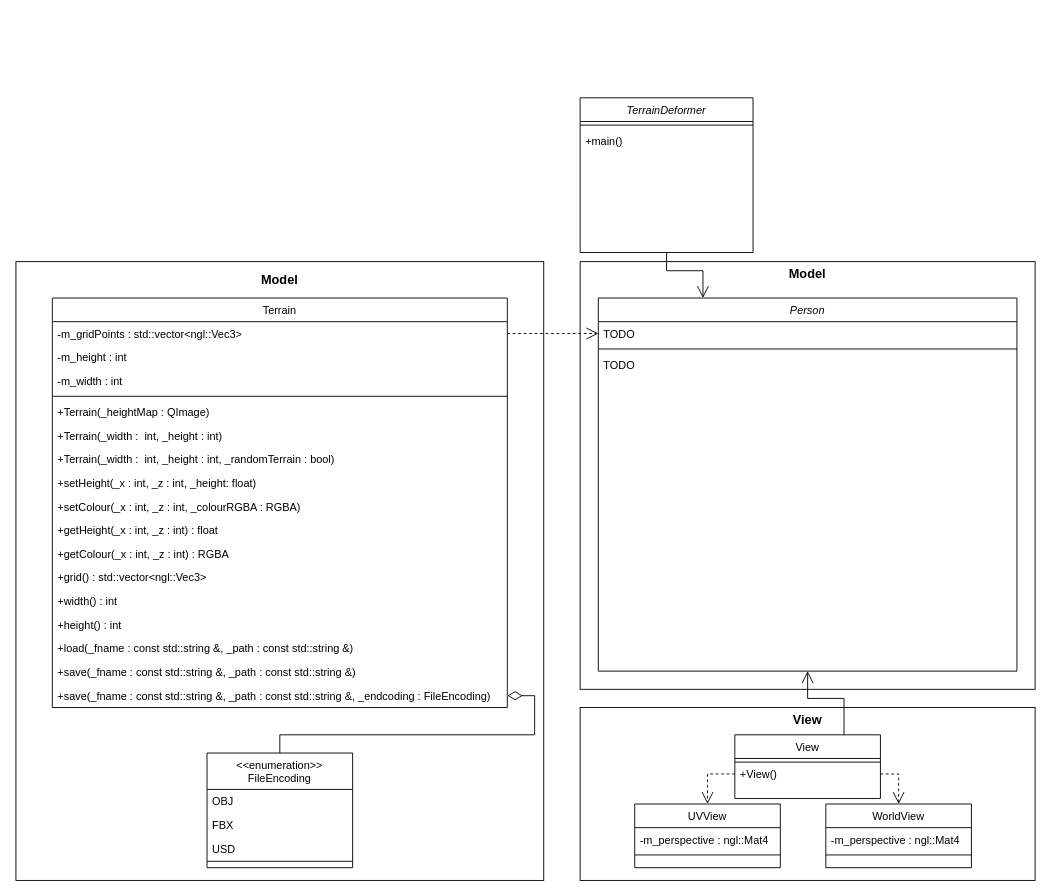
Olluo/geometry-clipmaps-demo keeps this draw.io diagram as img/ase_class_diagram.drawio. Above is the earlier version. Source tidied: cells renumbered, new cells numbered last; positions are measured from the earlier drawing's top-left corner, leaving out a move shared by most shapes. Both pictures are drawn from the tidied source at 91%, with x=0, y=0 at pixel (15, 97).
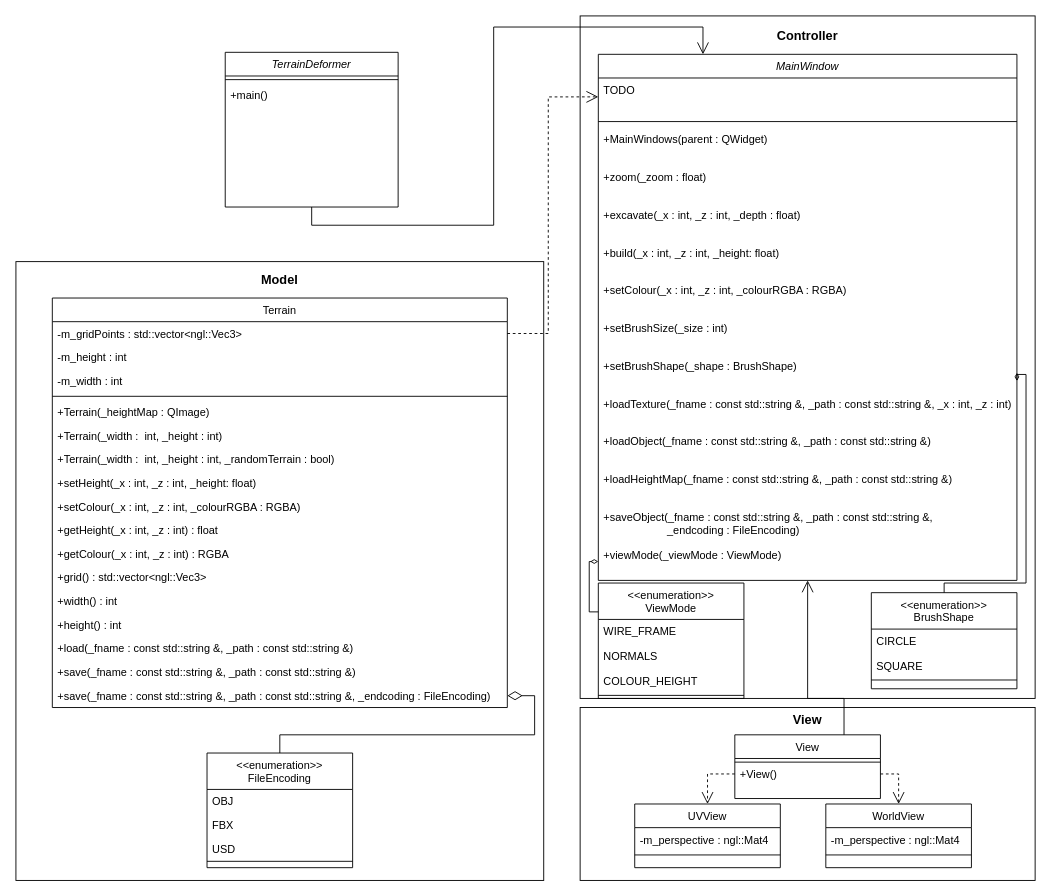
After the change.

Diff of the diagram source:
```diff
@@
     <mxCell id="5" style="group;" parent="1" vertex="1">
-      <mxGeometry x="620" y="180" width="500" height="470" as="geometry" />
+      <mxGeometry x="620" y="-90" width="500" height="750" as="geometry" />
     </mxCell>
     <mxCell id="6" style="rounded=0;whiteSpace=wrap;html=1;fillColor=none;" parent="5" vertex="1">
-      <mxGeometry width="500" height="470" as="geometry" />
+      <mxGeometry width="500" height="750" as="geometry" />
     </mxCell>
-    <mxCell id="7" value="Model" style="text;html=1;strokeColor=none;fillColor=none;align=center;verticalAlign=middle;whiteSpace=wrap;rounded=0;fontSize=14;fontStyle=1;" parent="5" vertex="1">
-      <mxGeometry x="224.1" y="6.9" width="51.7" height="13.8" as="geometry" />
+    <mxCell id="7" value="Controller" style="text;html=1;strokeColor=none;fillColor=none;align=center;verticalAlign=middle;whiteSpace=wrap;rounded=0;fontSize=14;fontStyle=1;" parent="5" vertex="1">
+      <mxGeometry x="224.1" y="11" width="51.7" height="22.1" as="geometry" />
     </mxCell>
-    <mxCell id="8" value="Person" style="swimlane;fontStyle=2;align=center;verticalAlign=top;horizontal=1;startSize=26;rounded=0;shadow=0;strokeWidth=1;" parent="5" vertex="1">
-      <mxGeometry x="20" y="40" width="460" height="410" as="geometry" />
+    <mxCell id="8" value="MainWindow" style="swimlane;fontStyle=2;align=center;verticalAlign=top;horizontal=1;startSize=26;rounded=0;shadow=0;strokeWidth=1;" parent="5" vertex="1">
+      <mxGeometry x="20" y="42.2" width="460" height="578.1" as="geometry" />
     </mxCell>
     <mxCell id="9" value="TODO" style="text;align=left;verticalAlign=top;spacingLeft=4;spacingRight=4;overflow=hidden;points=[[0,0.5],[1,0.5]];portConstraint=eastwest;" parent="8" vertex="1">
-      <mxGeometry y="26" width="460" height="26" as="geometry" />
+      <mxGeometry y="26" width="460" height="41.5" as="geometry" />
     </mxCell>
     <mxCell id="10" style="line;html=1;strokeWidth=1;align=left;verticalAlign=middle;spacingTop=-1;spacingLeft=3;spacingRight=3;labelPosition=right;" parent="8" vertex="1">
-      <mxGeometry y="52" width="460" height="8" as="geometry" />
+      <mxGeometry y="67.5" width="460" height="12.8" as="geometry" />
     </mxCell>
-    <mxCell id="11" value="TODO" style="text;align=left;verticalAlign=top;spacingLeft=4;spacingRight=4;overflow=hidden;" parent="8" vertex="1">
-      <mxGeometry y="60" width="460" height="26" as="geometry" />
+    <mxCell id="11" value="+MainWindows(parent : QWidget)" style="text;align=left;verticalAlign=top;spacingLeft=4;spacingRight=4;overflow=hidden;" parent="8" vertex="1">
+      <mxGeometry y="80.3" width="460" height="41.5" as="geometry" />
     </mxCell>
+    <mxCell id="56" value="+zoom(_zoom : float)" style="text;align=left;verticalAlign=top;spacingLeft=4;spacingRight=4;overflow=hidden;" parent="8" vertex="1">
+      <mxGeometry y="121.7" width="460" height="41.5" as="geometry" />
+    </mxCell>
+    <mxCell id="57" value="+excavate(_x : int, _z : int, _depth : float)" style="text;align=left;verticalAlign=top;spacingLeft=4;spacingRight=4;overflow=hidden;" parent="8" vertex="1">
+      <mxGeometry y="163.2" width="460" height="41.5" as="geometry" />
+    </mxCell>
+    <mxCell id="58" value="+build(_x : int, _z : int, _height: float)" style="text;align=left;verticalAlign=top;spacingLeft=4;spacingRight=4;overflow=hidden;" parent="8" vertex="1">
+      <mxGeometry y="204.7" width="460" height="41.5" as="geometry" />
+    </mxCell>
+    <mxCell id="59" value="+setColour(_x : int, _z : int, _colourRGBA : RGBA)" style="text;align=left;verticalAlign=top;spacingLeft=4;spacingRight=4;overflow=hidden;" parent="8" vertex="1">
+      <mxGeometry y="246.2" width="460" height="41.5" as="geometry" />
+    </mxCell>
+    <mxCell id="60" value="+setBrushSize(_size : int)" style="text;align=left;verticalAlign=top;spacingLeft=4;spacingRight=4;overflow=hidden;" parent="8" vertex="1">
+      <mxGeometry y="287.7" width="460" height="41.5" as="geometry" />
+    </mxCell>
+    <mxCell id="61" value="+setBrushShape(_shape : BrushShape)" style="text;align=left;verticalAlign=top;spacingLeft=4;spacingRight=4;overflow=hidden;points=[[0,0.5],[1,0.5]];portConstraint=eastwest;" parent="8" vertex="1">
+      <mxGeometry y="329.2" width="460" height="41.5" as="geometry" />
+    </mxCell>
+    <mxCell id="62" value="+loadTexture(_fname : const std::string &amp;, _path : const std::string &amp;, _x : int, _z : int)" style="text;align=left;verticalAlign=top;spacingLeft=4;spacingRight=4;overflow=hidden;" parent="8" vertex="1">
+      <mxGeometry y="370.7" width="460" height="41.5" as="geometry" />
+    </mxCell>
+    <mxCell id="63" value="+loadObject(_fname : const std::string &amp;, _path : const std::string &amp;)" style="text;align=left;verticalAlign=top;spacingLeft=4;spacingRight=4;overflow=hidden;" parent="8" vertex="1">
+      <mxGeometry y="412.2" width="460" height="41.5" as="geometry" />
+    </mxCell>
+    <mxCell id="64" value="+loadHeightMap(_fname : const std::string &amp;, _path : const std::string &amp;)" style="text;align=left;verticalAlign=top;spacingLeft=4;spacingRight=4;overflow=hidden;" parent="8" vertex="1">
+      <mxGeometry y="453.7" width="460" height="41.5" as="geometry" />
+    </mxCell>
+    <mxCell id="65" value="+saveObject(_fname : const std::string &amp;, _path : const std::string &amp;,&#10;                     _endcoding : FileEncoding)" style="text;align=left;verticalAlign=top;spacingLeft=4;spacingRight=4;overflow=hidden;" parent="8" vertex="1">
+      <mxGeometry y="495.1" width="460" height="41.5" as="geometry" />
+    </mxCell>
+    <mxCell id="66" value="+viewMode(_viewMode : ViewMode)" style="text;align=left;verticalAlign=top;spacingLeft=4;spacingRight=4;overflow=hidden;points=[[0,0.5],[1,0.5]];portConstraint=eastwest;" parent="8" vertex="1">
+      <mxGeometry y="536.6" width="460" height="41.5" as="geometry" />
+    </mxCell>
+    <mxCell id="67" value="&lt;&lt;enumeration&gt;&gt;&#10;BrushShape" style="swimlane;fontStyle=0;align=center;verticalAlign=top;horizontal=1;startSize=40;rounded=0;shadow=0;strokeWidth=1;" parent="5" vertex="1">
+      <mxGeometry x="320" y="633.8" width="160" height="105.6" as="geometry" />
+    </mxCell>
+    <mxCell id="68" value="CIRCLE" style="text;align=left;verticalAlign=top;spacingLeft=4;spacingRight=4;overflow=hidden;" parent="67" vertex="1">
+      <mxGeometry y="40" width="160" height="27.5" as="geometry" />
+    </mxCell>
+    <mxCell id="69" value="SQUARE" style="text;align=left;verticalAlign=top;spacingLeft=4;spacingRight=4;overflow=hidden;" parent="67" vertex="1">
+      <mxGeometry y="67.5" width="160" height="27.5" as="geometry" />
+    </mxCell>
+    <mxCell id="70" style="line;html=1;strokeWidth=1;align=left;verticalAlign=middle;spacingTop=-1;spacingLeft=3;spacingRight=3;labelPosition=right;" parent="67" vertex="1">
+      <mxGeometry y="94.9" width="160" height="2.1" as="geometry" />
+    </mxCell>
+    <mxCell id="71" style="edgeStyle=orthogonalEdgeStyle;rounded=0;jettySize=auto;html=1;exitX=1;exitY=0.5;exitDx=0;exitDy=0;entryX=0.5;entryY=0;entryDx=0;entryDy=0;endArrow=none;endFill=0;startArrow=diamondThin;startFill=0;" parent="5" edge="1" source="61" target="67">
+      <mxGeometry relative="1" as="geometry">
+        <Array as="points">
+          <mxPoint x="490" y="394" />
+          <mxPoint x="490" y="623.2" />
+          <mxPoint x="400" y="623.2" />
+        </Array>
+      </mxGeometry>
+    </mxCell>
+    <mxCell id="72" value="&lt;&lt;enumeration&gt;&gt;&#10;ViewMode" style="swimlane;fontStyle=0;align=center;verticalAlign=top;horizontal=1;startSize=40;rounded=0;shadow=0;strokeWidth=1;" parent="5" vertex="1">
+      <mxGeometry x="20" y="623.2" width="160" height="126.8" as="geometry" />
+    </mxCell>
+    <mxCell id="73" value="WIRE_FRAME" style="text;align=left;verticalAlign=top;spacingLeft=4;spacingRight=4;overflow=hidden;" parent="72" vertex="1">
+      <mxGeometry y="40" width="160" height="27.5" as="geometry" />
+    </mxCell>
+    <mxCell id="74" value="NORMALS" style="text;align=left;verticalAlign=top;spacingLeft=4;spacingRight=4;overflow=hidden;" parent="72" vertex="1">
+      <mxGeometry y="67.5" width="160" height="27.5" as="geometry" />
+    </mxCell>
+    <mxCell id="75" value="COLOUR_HEIGHT" style="text;align=left;verticalAlign=top;spacingLeft=4;spacingRight=4;overflow=hidden;" parent="72" vertex="1">
+      <mxGeometry y="94.9" width="160" height="27.5" as="geometry" />
+    </mxCell>
+    <mxCell id="76" style="line;html=1;strokeWidth=1;align=left;verticalAlign=middle;spacingTop=-1;spacingLeft=3;spacingRight=3;labelPosition=right;" parent="72" vertex="1">
+      <mxGeometry y="122.4" width="160" height="2.1" as="geometry" />
+    </mxCell>
+    <mxCell id="77" style="edgeStyle=orthogonalEdgeStyle;rounded=0;jettySize=auto;html=1;exitX=0;exitY=0.5;exitDx=0;exitDy=0;entryX=0;entryY=0.25;entryDx=0;entryDy=0;startArrow=diamondThin;startFill=0;endArrow=none;endFill=0;" parent="5" edge="1" source="66" target="72">
+      <mxGeometry relative="1" as="geometry">
+        <Array as="points">
+          <mxPoint x="10" y="600" />
+          <mxPoint x="10" y="655" />
+        </Array>
+      </mxGeometry>
+    </mxCell>
@@
     <mxCell id="44" value="TerrainDeformer" style="swimlane;fontStyle=2;align=center;verticalAlign=top;horizontal=1;startSize=26;rounded=0;shadow=0;strokeWidth=1;" parent="1" vertex="1">
-      <mxGeometry x="620" width="190" height="170" as="geometry" />
+      <mxGeometry x="230" y="-50" width="190" height="170" as="geometry" />
     </mxCell>
```
